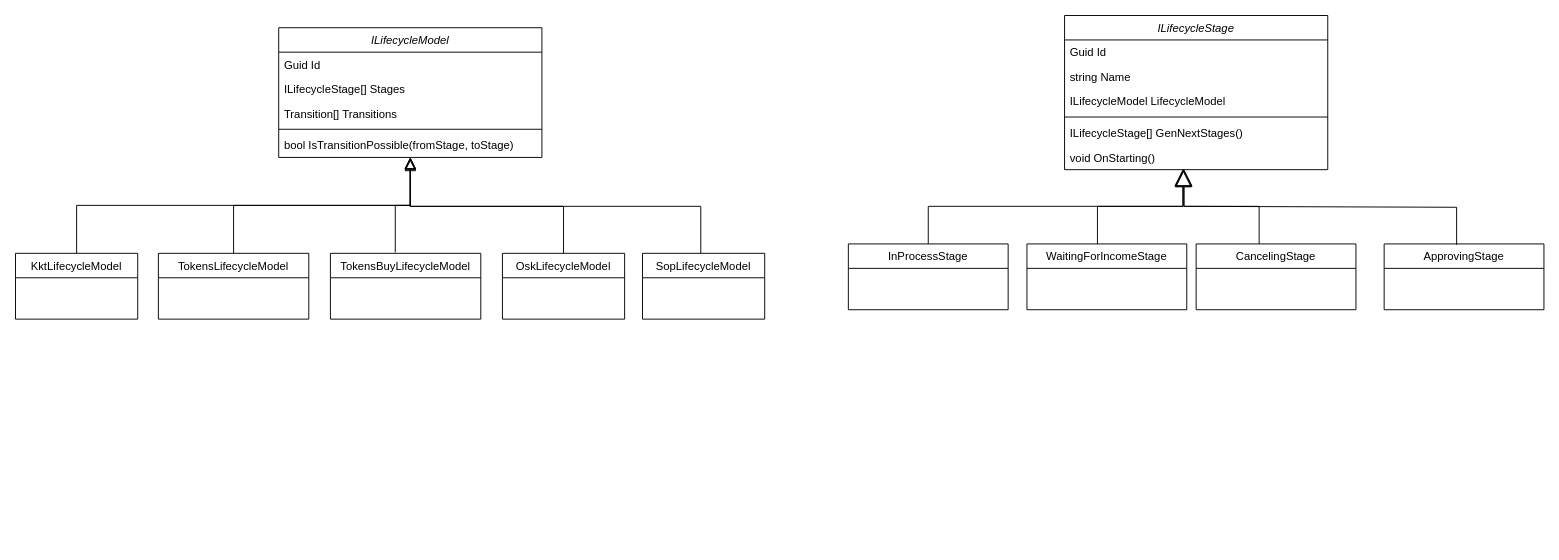
Above: Lifecycle.drawio in Kostey2204/GpsApp (draw.io), before the change. Source tidied: cells renumbered, new cells numbered last; positions are measured from the earlier drawing's top-left corner, leaving out a move shared by most shapes. Both pictures are drawn from the tidied source at 94%, with x=0, y=0 at pixel (15, 15).
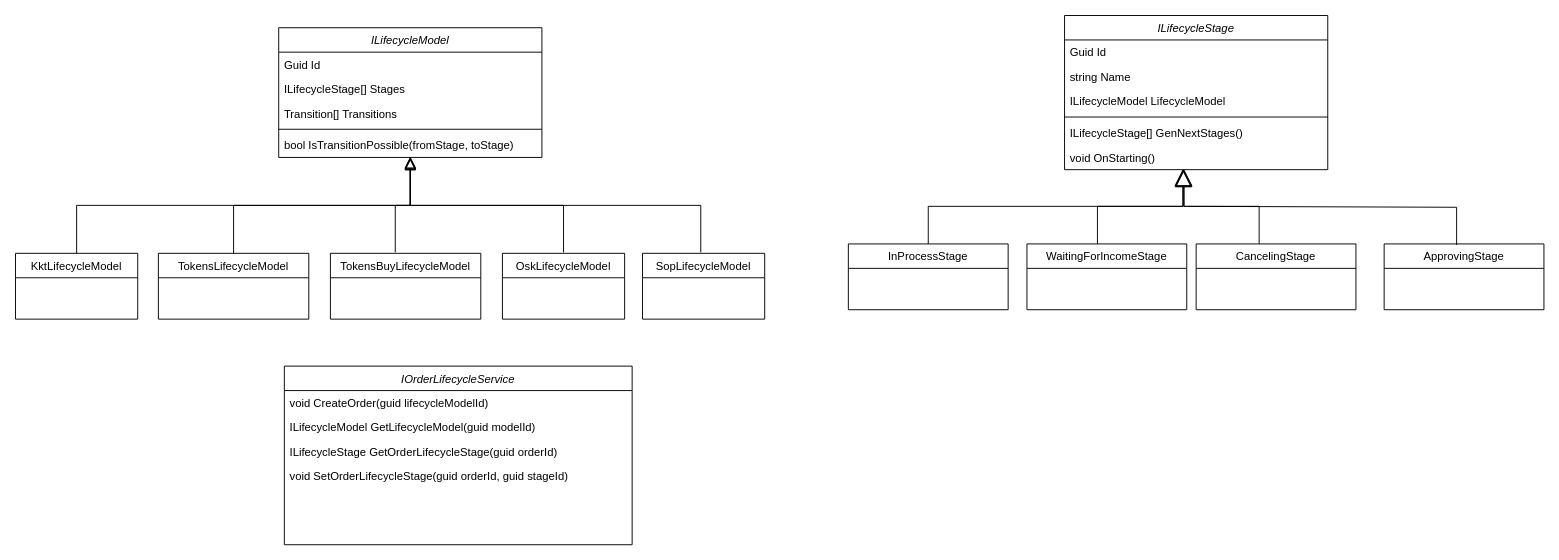
Above is the later version.

The change refers to these unchanged cells:
```xml
<mxCell id="13" value="OskLifecycleModel" style="swimlane;fontStyle=0;align=center;verticalAlign=top;horizontal=1;startSize=26;rounded=0;shadow=0;strokeWidth=1;" parent="1" vertex="1">
  <mxGeometry x="518" y="253" width="130" height="70" as="geometry" />
</mxCell>
```

Diff of the diagram source:
```diff
@@
-    <mxCell id="16" style="endArrow=block;endSize=10;endFill=0;shadow=0;strokeWidth=1;rounded=0;curved=0;edgeStyle=elbowEdgeStyle;elbow=vertical;exitX=0.5;exitY=0;exitDx=0;exitDy=0;" parent="1" edge="1" source="13">
+    <mxCell id="16" style="endArrow=block;endSize=10;endFill=0;shadow=0;strokeWidth=1;rounded=0;curved=0;edgeStyle=elbowEdgeStyle;elbow=vertical;exitX=0.5;exitY=0;exitDx=0;exitDy=0;" parent="1" edge="1">
       <mxGeometry relative="1" as="geometry">
-        <mxPoint x="420" y="151" as="targetPoint" />
+        <mxPoint x="583" y="252" as="sourcePoint" />
+        <mxPoint x="420" y="150" as="targetPoint" />
         <Array as="points">
-          <mxPoint x="466" y="203" />
+          <mxPoint x="466" y="202" />
         </Array>
       </mxGeometry>
     </mxCell>
     <mxCell id="17" style="endArrow=block;endSize=10;endFill=0;shadow=0;strokeWidth=1;rounded=0;curved=0;edgeStyle=elbowEdgeStyle;elbow=vertical;exitX=0.5;exitY=0;exitDx=0;exitDy=0;" parent="1" edge="1">
       <mxGeometry relative="1" as="geometry">
-        <mxPoint x="729" y="253" as="sourcePoint" />
-        <mxPoint x="420" y="153" as="targetPoint" />
+        <mxPoint x="729" y="252" as="sourcePoint" />
+        <mxPoint x="420" y="152" as="targetPoint" />
         <Array as="points">
-          <mxPoint x="612" y="203" />
+          <mxPoint x="612" y="202" />
         </Array>
       </mxGeometry>
     </mxCell>
@@
+    <mxCell id="33" value="IOrderLifecycleService" style="swimlane;fontStyle=2;align=center;verticalAlign=top;horizontal=1;startSize=26;rounded=0;shadow=0;strokeWidth=1;" parent="1" vertex="1">
+      <mxGeometry x="286" y="373" width="370" height="190" as="geometry" />
+    </mxCell>
+    <mxCell id="34" value="void CreateOrder(guid lifecycleModelId)" style="text;align=left;verticalAlign=top;spacingLeft=4;spacingRight=4;overflow=hidden;" parent="33" vertex="1">
+      <mxGeometry y="26" width="370" height="26" as="geometry" />
+    </mxCell>
+    <mxCell id="35" value="ILifecycleModel GetLifecycleModel(guid modelId)" style="text;align=left;verticalAlign=top;spacingLeft=4;spacingRight=4;overflow=hidden;" parent="33" vertex="1">
+      <mxGeometry y="52" width="370" height="26" as="geometry" />
+    </mxCell>
+    <mxCell id="36" value="ILifecycleStage GetOrderLifecycleStage(guid orderId)" style="text;align=left;verticalAlign=top;spacingLeft=4;spacingRight=4;overflow=hidden;" parent="33" vertex="1">
+      <mxGeometry y="78" width="370" height="26" as="geometry" />
+    </mxCell>
+    <mxCell id="37" value="void SetOrderLifecycleStage(guid orderId, guid stageId)" style="text;align=left;verticalAlign=top;spacingLeft=4;spacingRight=4;overflow=hidden;" parent="33" vertex="1">
+      <mxGeometry y="104" width="370" height="26" as="geometry" />
+    </mxCell>
```
